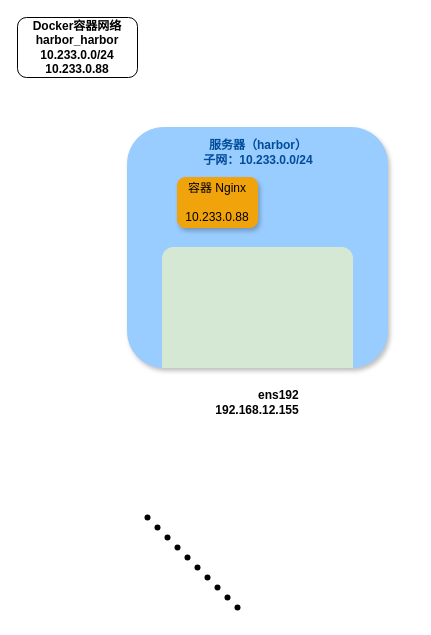
This is 自建vxlan隧道.drawio from C-Why/diagrams, a draw.io file, before an edit. Source tidied: cells renumbered, new cells numbered last; positions are measured from the earlier drawing's top-left corner, leaving out a move shared by most shapes. Both pictures are drawn from the tidied source at 100%, with x=0, y=0 at pixel (17, 17).
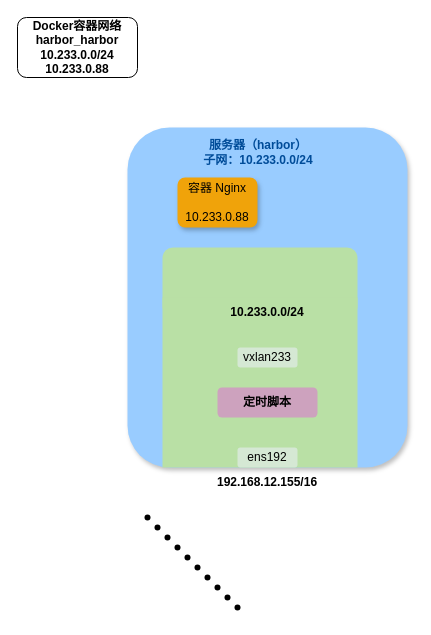
After the change.

Commit message (it also covers changes not shown here):
更新自建vxlan隧道.drawio

Change to the diagram source:
```diff
@@
-    <mxCell id="2" style="rounded=1;whiteSpace=wrap;html=1;labelBackgroundColor=none;labelBorderColor=none;fillColor=#99CCFF;strokeColor=#99CCFF;shadow=1;" parent="1" vertex="1">
-      <mxGeometry x="110" y="110" width="260" height="240" as="geometry" />
+    <mxCell id="2" style="rounded=1;whiteSpace=wrap;html=1;labelBackgroundColor=none;labelBorderColor=none;fillColor=#99CCFF;strokeColor=none;shadow=1;" parent="1" vertex="1">
+      <mxGeometry x="110" y="110" width="280" height="340" as="geometry" />
     </mxCell>
@@
-    <mxCell id="4" value="&lt;div align=&quot;right&quot;&gt;ens192&lt;/div&gt;&lt;div align=&quot;right&quot;&gt;192.168.12.155&lt;br&gt;&lt;/div&gt;" style="text;html=1;strokeColor=none;fillColor=none;align=center;verticalAlign=middle;whiteSpace=wrap;rounded=0;fontStyle=1;" parent="1" vertex="1">
-      <mxGeometry x="210" y="370" width="60" height="30" as="geometry" />
+    <mxCell id="4" value="&lt;div align=&quot;right&quot;&gt;192.168.12.155/16&lt;/div&gt;" style="text;html=1;strokeColor=none;fillColor=none;align=center;verticalAlign=middle;whiteSpace=wrap;rounded=0;fontStyle=1;" parent="1" vertex="1">
+      <mxGeometry x="220" y="450" width="60" height="30" as="geometry" />
     </mxCell>
@@
-    <mxCell id="16" style="rounded=1;whiteSpace=wrap;html=1;fillColor=#d5e8d4;strokeColor=#D5E8D4;" parent="1" vertex="1">
-      <mxGeometry x="145" y="230" width="190" height="70" as="geometry" />
+    <mxCell id="16" style="rounded=1;whiteSpace=wrap;html=1;fillColor=#B9E0A5;strokeColor=none;" parent="1" vertex="1">
+      <mxGeometry x="145" y="230" width="195" height="70" as="geometry" />
     </mxCell>
-    <mxCell id="17" style="rounded=0;whiteSpace=wrap;html=1;fillColor=#D5E8D4;strokeColor=#D5E8D4;" parent="1" vertex="1">
-      <mxGeometry x="145" y="280" width="190" height="70" as="geometry" />
+    <mxCell id="17" style="rounded=0;whiteSpace=wrap;html=1;fillColor=#B9E0A5;strokeColor=none;fontColor=#ffffff;" parent="1" vertex="1">
+      <mxGeometry x="145" y="280" width="195" height="170" as="geometry" />
     </mxCell>
-    <mxCell id="18" value="&lt;div&gt;容器 Nginx&lt;/div&gt;&lt;div&gt;&lt;br&gt;&lt;/div&gt;&lt;div&gt;10.233.0.88&lt;br&gt;&lt;/div&gt;" style="rounded=1;whiteSpace=wrap;html=1;fillColor=#F0A30A;fontColor=#000000;strokeColor=#F0A30A;fillStyle=auto;glass=0;shadow=1;" parent="1" vertex="1">
+    <mxCell id="18" value="&lt;div&gt;容器 Nginx&lt;/div&gt;&lt;div&gt;&lt;br&gt;&lt;/div&gt;&lt;div&gt;10.233.0.88&lt;br&gt;&lt;/div&gt;" style="rounded=1;whiteSpace=wrap;html=1;fillColor=#F0A30A;fontColor=#000000;strokeColor=none;fillStyle=auto;glass=0;shadow=1;" parent="1" vertex="1">
       <mxGeometry x="160" y="160" width="80" height="50" as="geometry" />
     </mxCell>
+    <mxCell id="19" value="&lt;div&gt;ens192&lt;/div&gt;" style="rounded=1;whiteSpace=wrap;html=1;fillColor=#D5E8D4;strokeColor=none;" parent="1" vertex="1">
+      <mxGeometry x="220" y="430" width="60" height="20" as="geometry" />
+    </mxCell>
+    <mxCell id="20" value="定时脚本" style="rounded=1;whiteSpace=wrap;html=1;strokeColor=none;fillColor=#CDA2BE;fontStyle=1;" parent="1" vertex="1">
+      <mxGeometry x="200" y="370" width="100" height="30" as="geometry" />
+    </mxCell>
+    <mxCell id="21" value="&lt;div&gt;vxlan233&lt;/div&gt;" style="rounded=1;whiteSpace=wrap;html=1;fillColor=#D5E8D4;strokeColor=none;" parent="1" vertex="1">
+      <mxGeometry x="220" y="330" width="60" height="20" as="geometry" />
+    </mxCell>
+    <mxCell id="22" value="&lt;div&gt;10.233.0.0/24&lt;/div&gt;" style="text;html=1;strokeColor=none;fillColor=none;align=center;verticalAlign=middle;whiteSpace=wrap;rounded=0;fontStyle=1;" parent="1" vertex="1">
+      <mxGeometry x="220" y="290" width="60" height="10" as="geometry" />
+    </mxCell>
```
